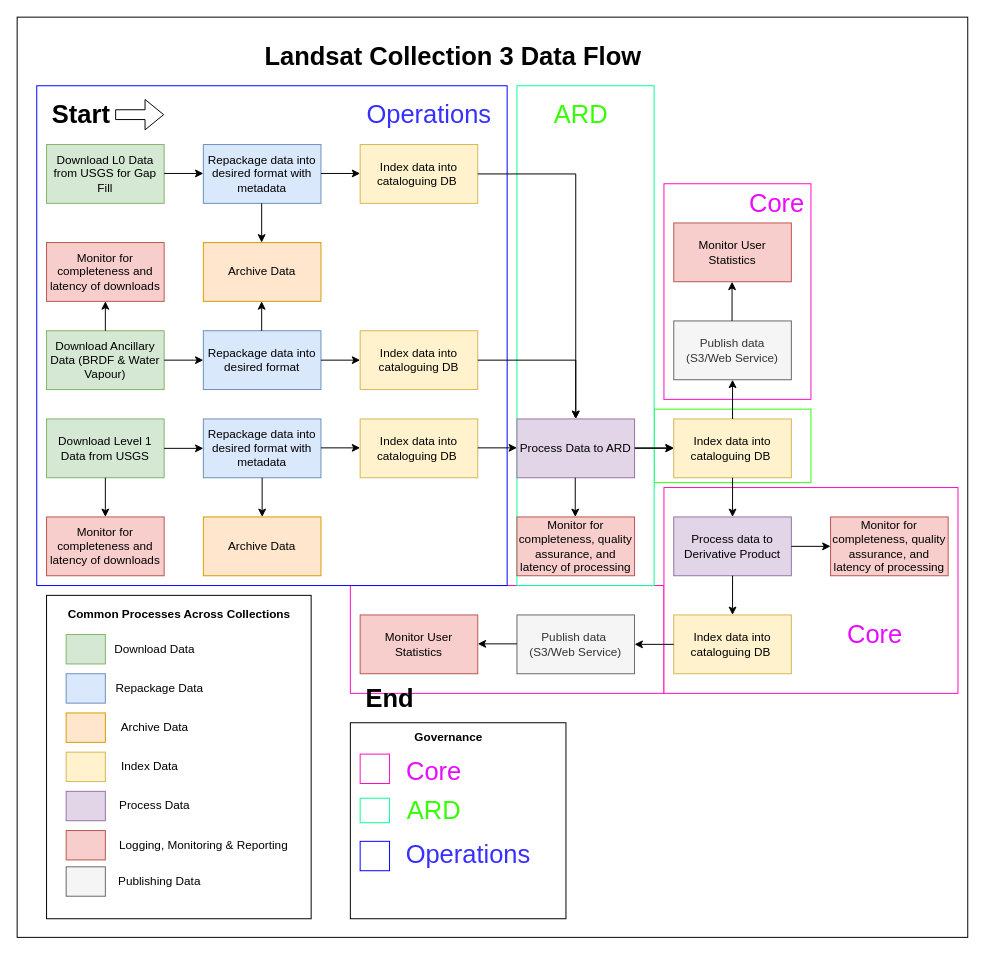
Above: collection3/c3dataflow.drawio in dunkgray/dea-document-images (draw.io), before the change. Source tidied: cells renumbered, new cells numbered last; positions are measured from the earlier drawing's top-left corner, leaving out a move shared by most shapes. Both pictures are drawn from the tidied source at 98%, with x=0, y=0 at pixel (17, 17).
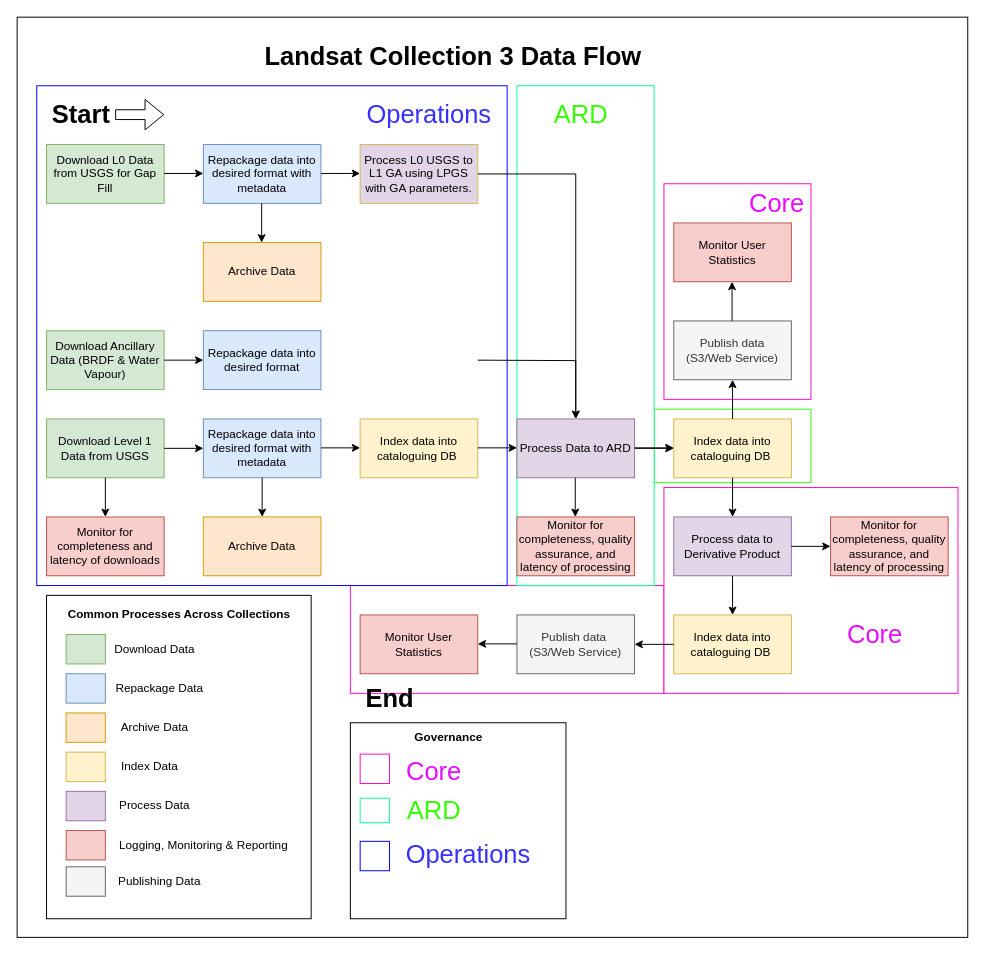
The same page after the edit.

The change refers to these unchanged cells:
```xml
<mxCell id="18" value="Download Ancillary Data (BRDF &amp;amp; Water Vapour)" style="rounded=0;whiteSpace=wrap;html=1;fillColor=#d5e8d4;strokeColor=#82b366;" parent="1" vertex="1">
  <mxGeometry x="30" y="320" width="120" height="60" as="geometry" />
</mxCell>
<mxCell id="21" value="Repackage data into desired format" style="rounded=0;whiteSpace=wrap;html=1;fillColor=#dae8fc;strokeColor=#6c8ebf;" parent="1" vertex="1">
  <mxGeometry x="190" y="320" width="120" height="60" as="geometry" />
</mxCell>
<mxCell id="26" value="Process Data to ARD" style="rounded=0;whiteSpace=wrap;html=1;fillColor=#e1d5e7;strokeColor=#9673a6;" parent="1" vertex="1">
  <mxGeometry x="510" y="410" width="120" height="60" as="geometry" />
</mxCell>
```

Change to the diagram source:
```diff
@@
-    <mxCell id="19" style="endArrow=classic;html=1;exitX=0.5;exitY=0;exitDx=0;exitDy=0;entryX=0.5;entryY=1;entryDx=0;entryDy=0;" parent="1" edge="1" source="18" target="20">
-      <mxGeometry relative="1" as="geometry" />
-    </mxCell>
-    <mxCell id="20" value="Monitor for completeness and latency of downloads" style="rounded=0;whiteSpace=wrap;html=1;fillColor=#f8cecc;strokeColor=#b85450;" parent="1" vertex="1">
-      <mxGeometry x="30" y="230" width="120" height="60" as="geometry" />
-    </mxCell>
@@
-    <mxCell id="22" value="Index data into cataloguing DB" style="rounded=0;whiteSpace=wrap;html=1;fillColor=#fff2cc;strokeColor=#d6b656;" parent="1" vertex="1">
-      <mxGeometry x="350" y="320" width="120" height="60" as="geometry" />
-    </mxCell>
@@
-    <mxCell id="24" style="edgeStyle=orthogonalEdgeStyle;rounded=0;jettySize=auto;html=1;entryX=0;entryY=0.5;entryDx=0;entryDy=0;exitX=1;exitY=0.5;exitDx=0;exitDy=0;" parent="1" edge="1" source="21" target="22">
-      <mxGeometry relative="1" as="geometry" />
-    </mxCell>
@@
-    <mxCell id="57" style="edgeStyle=orthogonalEdgeStyle;rounded=0;jettySize=auto;html=1;entryX=0.5;entryY=0;entryDx=0;entryDy=0;exitX=1;exitY=0.5;exitDx=0;exitDy=0;" parent="1" edge="1" source="22" target="26">
-      <mxGeometry relative="1" as="geometry" />
+    <mxCell id="57" style="edgeStyle=orthogonalEdgeStyle;rounded=0;jettySize=auto;html=1;entryX=0.5;entryY=0;entryDx=0;entryDy=0;exitX=1;exitY=0.5;exitDx=0;exitDy=0;" parent="1" edge="1" target="26">
+      <mxGeometry relative="1" as="geometry">
+        <mxPoint x="470" y="350" as="sourcePoint" />
+      </mxGeometry>
     </mxCell>
@@
-    <mxCell id="59" style="endArrow=classic;html=1;exitX=0.5;exitY=0;exitDx=0;exitDy=0;entryX=0.5;entryY=1;entryDx=0;entryDy=0;" parent="1" edge="1">
-      <mxGeometry relative="1" as="geometry">
-        <mxPoint x="249.5" y="320" as="sourcePoint" />
-        <mxPoint x="249.5" y="290" as="targetPoint" />
-      </mxGeometry>
-    </mxCell>
@@
-    <mxCell id="85" value="Index data into cataloguing DB&amp;nbsp;" style="rounded=0;whiteSpace=wrap;html=1;fillColor=#fff2cc;strokeColor=#d6b656;" parent="1" vertex="1">
+    <mxCell id="85" value="&lt;span id=&quot;docs-internal-guid-3314e49b-7fff-0ffe-2a96-ce71aa8f381f&quot;&gt;&lt;span style=&quot;background-color: transparent ; vertical-align: baseline&quot;&gt;&lt;font style=&quot;font-size: 12px&quot;&gt;Process L0 USGS to L1 GA using LPGS with GA parameters.&lt;/font&gt;&lt;/span&gt;&lt;/span&gt;" style="rounded=0;whiteSpace=wrap;html=1;fillColor=#e1d5e7;strokeColor=#d6b656;" parent="1" vertex="1">
       <mxGeometry x="350" y="130" width="120" height="60" as="geometry" />
     </mxCell>
```
